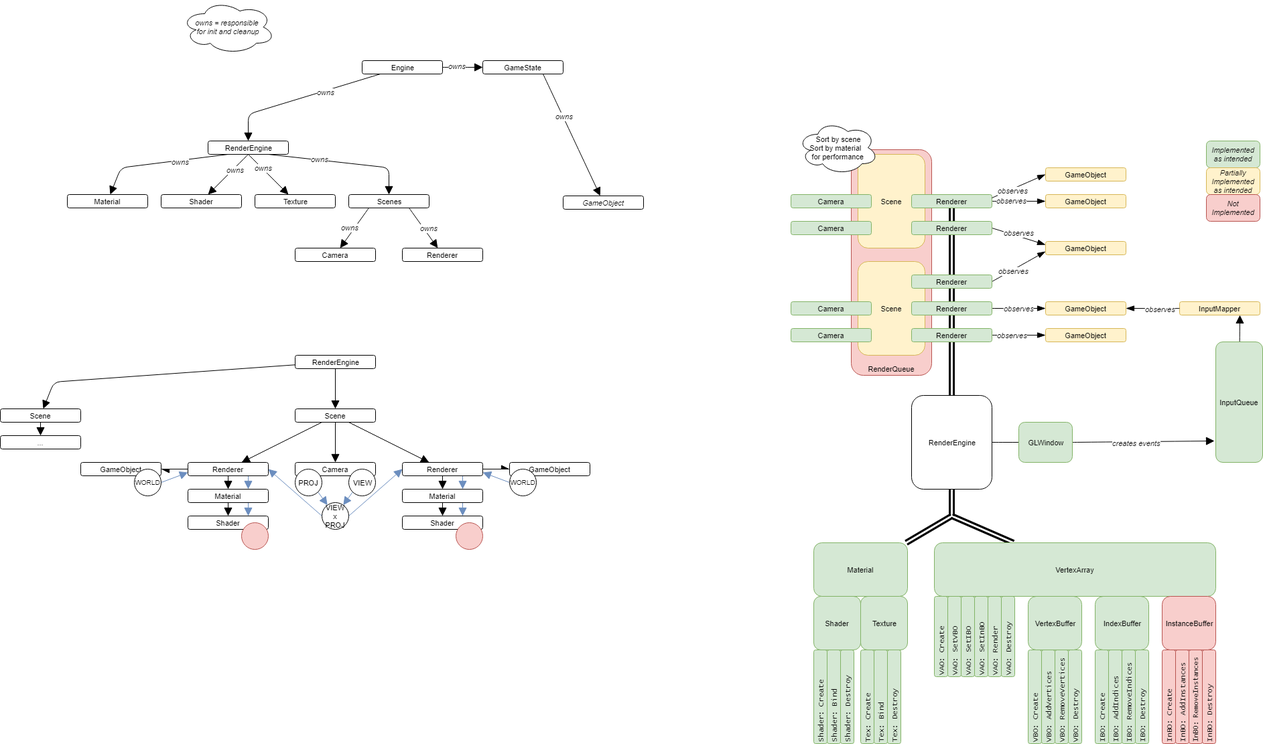
n4n0lix/kerosene keeps this draw.io diagram as Engine Architecture.png. Above is the earlier version. Source tidied: cells renumbered, new cells last; positions are measured from the earlier drawing's top-left corner, leaving out a move shared by most shapes.
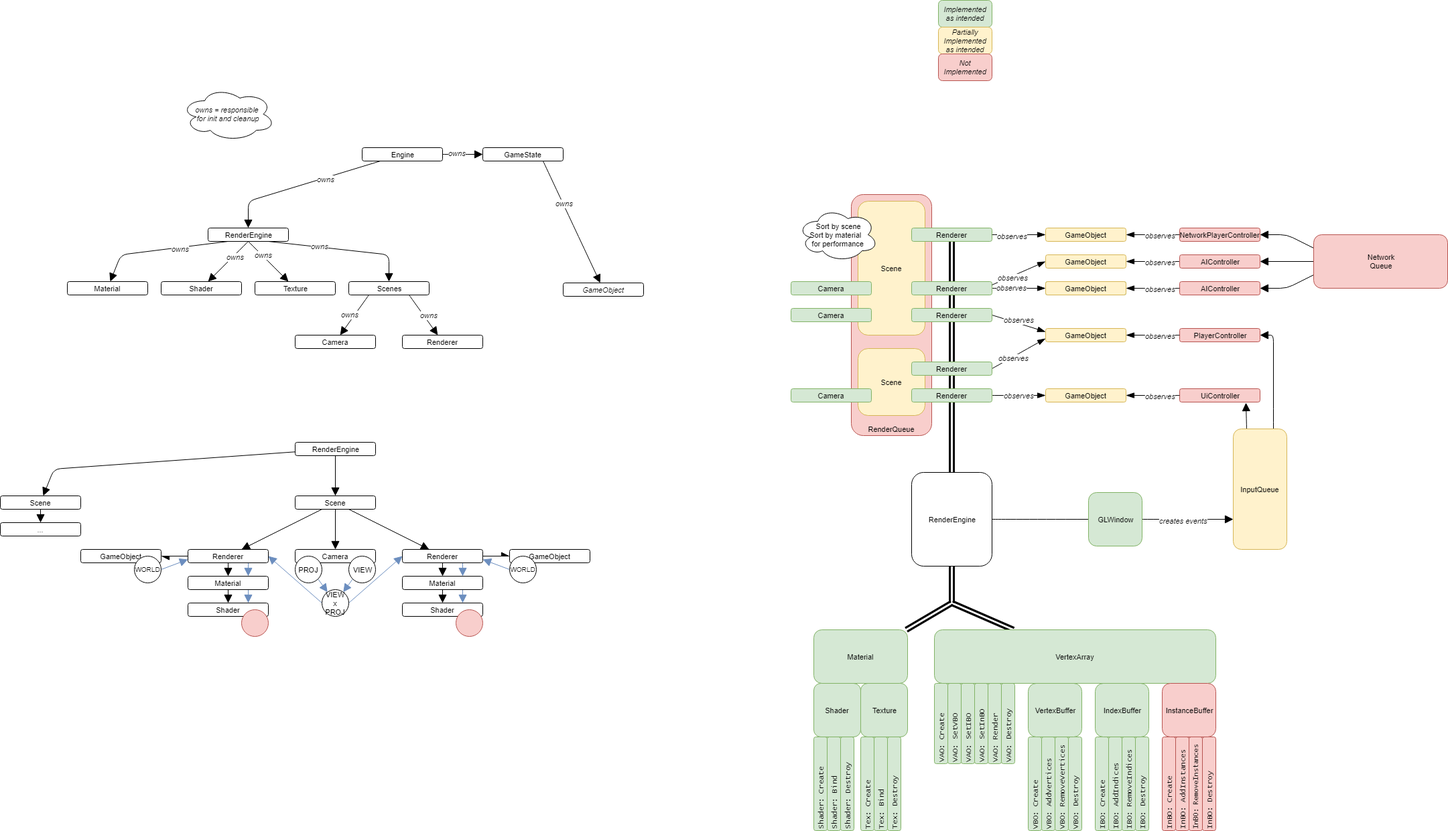
After the change.

What changed in the source:
```diff
@@ -5,3 +5,3 @@
     <mxCell id="2" value="RenderQueue" style="rounded=1;whiteSpace=wrap;html=1;strokeColor=#b85450;fillColor=#f8cecc;fontFamily=Helvetica;fontSize=11;fontColor=#000000;align=center;verticalAlign=bottom;" parent="1" vertex="1">
-      <mxGeometry x="1270" y="223" width="120" height="337" as="geometry" />
+      <mxGeometry x="1270" y="160" width="120" height="360" as="geometry" />
     </mxCell>
@@ -10,3 +10,3 @@
         <mxPoint x="1420" y="590" as="sourcePoint" />
-        <mxPoint x="1420" y="300" as="targetPoint" />
+        <mxPoint x="1420" y="220" as="targetPoint" />
       </mxGeometry>
@@ -14,3 +14,3 @@
     <mxCell id="4" value="Scene" style="rounded=1;whiteSpace=wrap;html=1;strokeColor=#d6b656;fillColor=#fff2cc;fontFamily=Helvetica;fontSize=11;fontColor=#000000;align=center;" parent="1" vertex="1">
-      <mxGeometry x="1280" y="390" width="100" height="140" as="geometry" />
+      <mxGeometry x="1280" y="390" width="100" height="100" as="geometry" />
     </mxCell>
@@ -114,16 +114,2 @@
     </mxCell>
-    <mxCell id="37" style="edgeStyle=none;curved=1;jumpSize=6;html=1;exitX=1;exitY=0.5;startArrow=none;startFill=0;startSize=10;endArrow=blockThin;endFill=1;endSize=10;jettySize=auto;strokeColor=#000000;strokeWidth=1;fontFamily=Helvetica;fontSize=11;fontColor=#000000;" parent="1" edge="1" source="39" target="40">
-      <mxGeometry relative="1" as="geometry" />
-    </mxCell>
-    <mxCell id="38" value="&lt;i&gt;observes&lt;/i&gt;" style="text;html=1;align=center;verticalAlign=middle;labelBackgroundColor=#ffffff;fontSize=11;fontFamily=Helvetica;fontColor=#000000;" parent="37" vertex="1">
-      <mxGeometry x="-0.45" y="2" relative="1" as="geometry">
-        <mxPoint x="8" y="2" as="offset" />
-      </mxGeometry>
-    </mxCell>
-    <mxCell id="39" value="Renderer" style="rounded=1;whiteSpace=wrap;html=1;strokeColor=#82b366;fillColor=#d5e8d4;fontFamily=Helvetica;fontSize=11;fontColor=#000000;align=center;" parent="1" vertex="1">
-      <mxGeometry x="1360" y="490" width="120" height="20" as="geometry" />
-    </mxCell>
-    <mxCell id="40" value="GameObject" style="rounded=1;whiteSpace=wrap;html=1;strokeColor=#d6b656;fillColor=#fff2cc;fontFamily=Helvetica;fontSize=11;fontColor=#000000;align=center;" parent="1" vertex="1">
-      <mxGeometry x="1560" y="490" width="120" height="20" as="geometry" />
-    </mxCell>
     <mxCell id="41" style="edgeStyle=none;curved=1;jumpSize=6;html=1;exitX=1;exitY=0.5;startArrow=none;startFill=0;startSize=10;endArrow=blockThin;endFill=1;endSize=10;jettySize=auto;strokeColor=#000000;strokeWidth=1;fontFamily=Helvetica;fontSize=11;fontColor=#000000;entryX=0;entryY=0.75;" parent="1" edge="1" source="43" target="54">
@@ -137,5 +123,2 @@
     </mxCell>
-    <mxCell id="44" value="Camera" style="rounded=1;whiteSpace=wrap;html=1;strokeColor=#82b366;fillColor=#d5e8d4;fontFamily=Helvetica;fontSize=11;fontColor=#000000;align=center;" parent="1" vertex="1">
-      <mxGeometry x="1180" y="490" width="120" height="20" as="geometry" />
-    </mxCell>
     <mxCell id="45" value="Camera" style="rounded=1;whiteSpace=wrap;html=1;strokeColor=#82b366;fillColor=#d5e8d4;fontFamily=Helvetica;fontSize=11;fontColor=#000000;align=center;" parent="1" vertex="1">
@@ -144,3 +127,3 @@
     <mxCell id="46" value="Scene" style="rounded=1;whiteSpace=wrap;html=1;strokeColor=#d6b656;fillColor=#fff2cc;fontFamily=Helvetica;fontSize=11;fontColor=#000000;align=center;" parent="1" vertex="1">
-      <mxGeometry x="1280" y="230" width="100" height="140" as="geometry" />
+      <mxGeometry x="1280" y="170" width="100" height="200" as="geometry" />
     </mxCell>
@@ -155,2 +138,5 @@
     </mxCell>
+    <mxCell id="153" value="Renderer" style="rounded=1;whiteSpace=wrap;html=1;strokeColor=#82b366;fillColor=#d5e8d4;fontFamily=Helvetica;fontSize=11;fontColor=#000000;align=center;" parent="1" vertex="1">
+      <mxGeometry x="1560" y="290" width="120" height="20" as="geometry" />
+    </mxCell>
     <mxCell id="50" value="GameObject" style="rounded=1;whiteSpace=wrap;html=1;strokeColor=#d6b656;fillColor=#fff2cc;fontFamily=Helvetica;fontSize=11;fontColor=#000000;align=center;" parent="1" vertex="1">
@@ -172,3 +158,3 @@
     </mxCell>
-    <mxCell id="55" style="edgeStyle=none;curved=1;jumpSize=6;html=1;exitX=1;exitY=0.25;startArrow=none;startFill=0;startSize=10;endArrow=blockThin;endFill=1;endSize=10;jettySize=auto;strokeColor=#000000;strokeWidth=1;fontFamily=Helvetica;fontSize=11;fontColor=#000000;entryX=0;entryY=0.5;" parent="1" edge="1" source="49" target="57">
+    <mxCell id="55" style="edgeStyle=none;curved=1;jumpSize=6;html=1;startArrow=none;startFill=0;startSize=10;endArrow=blockThin;endFill=1;endSize=10;jettySize=auto;strokeColor=#000000;strokeWidth=1;fontFamily=Helvetica;fontSize=11;fontColor=#000000;entryX=0;entryY=0.5;exitX=1;exitY=0.25;" parent="1" edge="1" source="49" target="57">
       <mxGeometry relative="1" as="geometry" />
@@ -190,6 +176,3 @@
     </mxCell>
-    <mxCell id="61" value="RenderEngine" style="rounded=1;whiteSpace=wrap;html=1;strokeColor=#000000;fillColor=#ffffff;fontFamily=Helvetica;fontSize=11;fontColor=#000000;align=center;" parent="1" vertex="1">
-      <mxGeometry x="1360" y="590" width="120" height="140" as="geometry" />
-    </mxCell>
-    <mxCell id="62" value="InputMapper" style="rounded=1;whiteSpace=wrap;html=1;strokeColor=#d6b656;fillColor=#fff2cc;fontFamily=Helvetica;fontSize=11;fontColor=#000000;align=center;" parent="1" vertex="1">
+    <mxCell id="62" value="UiController" style="rounded=1;whiteSpace=wrap;html=1;strokeColor=#b85450;fillColor=#f8cecc;fontFamily=Helvetica;fontSize=11;fontColor=#000000;align=center;" parent="1" vertex="1">
       <mxGeometry x="1760" y="450" width="120" height="20" as="geometry" />
@@ -202,14 +185,22 @@
     </mxCell>
-    <mxCell id="65" style="edgeStyle=none;curved=1;jumpSize=6;html=1;startArrow=none;startFill=0;startSize=10;endArrow=block;endFill=1;endSize=10;jettySize=auto;strokeColor=#000000;strokeWidth=1;fontFamily=Helvetica;fontSize=11;fontColor=#000000;entryX=0.75;entryY=1;" parent="1" edge="1" source="66" target="62">
+    <mxCell id="65" style="edgeStyle=none;curved=1;jumpSize=6;html=1;startArrow=none;startFill=0;startSize=10;endArrow=block;endFill=1;endSize=10;jettySize=auto;strokeColor=#000000;strokeWidth=1;fontFamily=Helvetica;fontSize=11;fontColor=#000000;entryX=0.825;entryY=1.05;entryPerimeter=0;exitX=0.25;exitY=0;" parent="1" edge="1" source="66" target="62">
       <mxGeometry relative="1" as="geometry" />
     </mxCell>
+    <mxCell id="154" style="edgeStyle=none;rounded=1;jumpSize=6;html=1;exitX=0.75;exitY=0;startArrow=none;startFill=0;endArrow=block;endFill=1;endSize=10;jettySize=auto;strokeColor=#000000;strokeWidth=1;fontFamily=Helvetica;fontSize=10;fontColor=#000000;entryX=1;entryY=0.5;" parent="1" edge="1" source="66" target="162">
+      <mxGeometry relative="1" as="geometry">
+        <Array as="points">
+          <mxPoint x="1900" y="490" />
+          <mxPoint x="1900" y="370" />
+        </Array>
+      </mxGeometry>
+    </mxCell>
-    <mxCell id="66" value="InputQueue" style="rounded=1;whiteSpace=wrap;html=1;strokeColor=#82b366;fillColor=#d5e8d4;fontFamily=Helvetica;fontSize=11;fontColor=#000000;align=center;" parent="1" vertex="1">
-      <mxGeometry x="1814" y="510" width="70" height="180" as="geometry" />
+    <mxCell id="66" value="InputQueue" style="rounded=1;whiteSpace=wrap;html=1;strokeColor=#d6b656;fillColor=#fff2cc;fontFamily=Helvetica;fontSize=11;fontColor=#000000;align=center;" parent="1" vertex="1">
+      <mxGeometry x="1840" y="510" width="80" height="180" as="geometry" />
     </mxCell>
-    <mxCell id="67" style="edgeStyle=none;curved=1;jumpSize=6;html=1;startArrow=none;startFill=0;endArrow=none;endFill=0;jettySize=auto;strokeColor=#000000;strokeWidth=3;fontFamily=Helvetica;fontSize=11;fontColor=#000000;shape=link;" parent="1" edge="1" target="61">
+    <mxCell id="67" style="edgeStyle=none;curved=1;jumpSize=6;html=1;startArrow=none;startFill=0;endArrow=none;endFill=0;jettySize=auto;strokeColor=#000000;strokeWidth=3;fontFamily=Helvetica;fontSize=11;fontColor=#000000;shape=link;" parent="1" edge="1" source="61">
       <mxGeometry relative="1" as="geometry">
-        <mxPoint x="1420" y="770" as="sourcePoint" />
+        <mxPoint x="1420" y="590" as="targetPoint" />
       </mxGeometry>
     </mxCell>
-    <mxCell id="68" style="edgeStyle=none;curved=1;jumpSize=6;html=1;exitX=1;exitY=0.5;entryX=-0.029;entryY=0.822;startArrow=none;startFill=0;endArrow=block;endFill=1;jettySize=auto;strokeColor=#000000;strokeWidth=1;fontFamily=Helvetica;fontSize=11;fontColor=#000000;endSize=10;entryPerimeter=0;" parent="1" edge="1" source="70" target="66">
+    <mxCell id="68" style="edgeStyle=none;curved=1;jumpSize=6;html=1;exitX=1;exitY=0.5;entryX=0;entryY=0.75;startArrow=none;startFill=0;endArrow=block;endFill=1;jettySize=auto;strokeColor=#000000;strokeWidth=1;fontFamily=Helvetica;fontSize=11;fontColor=#000000;endSize=10;" parent="1" edge="1" source="70" target="66">
       <mxGeometry relative="1" as="geometry" />
@@ -220,3 +211,3 @@
     <mxCell id="70" value="GLWindow" style="rounded=1;whiteSpace=wrap;html=1;strokeColor=#82b366;fillColor=#d5e8d4;fontFamily=Helvetica;fontSize=11;fontColor=#000000;align=center;" parent="1" vertex="1">
-      <mxGeometry x="1520" y="630" width="80" height="60" as="geometry" />
+      <mxGeometry x="1624" y="605" width="80" height="80" as="geometry" />
     </mxCell>
@@ -251,9 +242,9 @@
     <mxCell id="79" value="Implemented as intended" style="rounded=1;whiteSpace=wrap;html=1;strokeColor=#82b366;fillColor=#d5e8d4;fontFamily=Helvetica;fontSize=11;fontColor=#000000;align=center;fontStyle=2;" parent="1" vertex="1">
-      <mxGeometry x="1800" y="210" width="80" height="40" as="geometry" />
+      <mxGeometry x="1400" y="-130" width="80" height="40" as="geometry" />
     </mxCell>
     <mxCell id="80" value="Partially Implemented&lt;div&gt;as intended&lt;/div&gt;" style="rounded=1;whiteSpace=wrap;html=1;strokeColor=#d6b656;fillColor=#fff2cc;fontFamily=Helvetica;fontSize=11;fontColor=#000000;align=center;fontStyle=2;" parent="1" vertex="1">
-      <mxGeometry x="1800" y="250" width="80" height="40" as="geometry" />
+      <mxGeometry x="1400" y="-90" width="80" height="40" as="geometry" />
     </mxCell>
     <mxCell id="81" value="Not Implemented" style="rounded=1;whiteSpace=wrap;html=1;strokeColor=#b85450;fillColor=#f8cecc;fontFamily=Helvetica;fontSize=11;fontColor=#000000;align=center;fontStyle=2;" parent="1" vertex="1">
-      <mxGeometry x="1800" y="290" width="80" height="40" as="geometry" />
+      <mxGeometry x="1400" y="-50" width="80" height="40" as="geometry" />
     </mxCell>
@@ -496,2 +487,84 @@
     </mxCell>
+    <mxCell id="155" value="AIController" style="rounded=1;whiteSpace=wrap;html=1;strokeColor=#b85450;fillColor=#f8cecc;fontFamily=Helvetica;fontSize=11;fontColor=#000000;align=center;" parent="1" vertex="1">
+      <mxGeometry x="1760" y="290" width="120" height="20" as="geometry" />
+    </mxCell>
+    <mxCell id="156" value="NetworkPlayerController" style="rounded=1;whiteSpace=wrap;html=1;strokeColor=#b85450;fillColor=#f8cecc;fontFamily=Helvetica;fontSize=11;fontColor=#000000;align=center;" parent="1" vertex="1">
+      <mxGeometry x="1760" y="210" width="120" height="20" as="geometry" />
+    </mxCell>
+    <mxCell id="157" style="edgeStyle=none;rounded=1;jumpSize=6;html=1;exitX=0;exitY=0.5;startArrow=none;startFill=0;endArrow=block;endFill=1;endSize=10;jettySize=auto;strokeColor=#000000;strokeWidth=1;fontFamily=Helvetica;fontSize=10;fontColor=#000000;" parent="1" edge="1" source="160" target="172">
+      <mxGeometry relative="1" as="geometry" />
+    </mxCell>
+    <mxCell id="158" style="edgeStyle=none;rounded=1;jumpSize=6;html=1;exitX=0;exitY=0.25;entryX=1;entryY=0.5;startArrow=none;startFill=0;endArrow=block;endFill=1;endSize=10;jettySize=auto;strokeColor=#000000;strokeWidth=1;fontFamily=Helvetica;fontSize=10;fontColor=#000000;" parent="1" edge="1" source="160" target="156">
+      <mxGeometry relative="1" as="geometry">
+        <Array as="points">
+          <mxPoint x="1920" y="220" />
+        </Array>
+      </mxGeometry>
+    </mxCell>
+    <mxCell id="159" style="edgeStyle=none;rounded=1;jumpSize=6;html=1;exitX=0;exitY=0.75;entryX=1;entryY=0.5;startArrow=none;startFill=0;endArrow=block;endFill=1;endSize=10;jettySize=auto;strokeColor=#000000;strokeWidth=1;fontFamily=Helvetica;fontSize=10;fontColor=#000000;" parent="1" edge="1" source="160" target="155">
+      <mxGeometry relative="1" as="geometry">
+        <Array as="points">
+          <mxPoint x="1920" y="300" />
+        </Array>
+      </mxGeometry>
+    </mxCell>
+    <mxCell id="160" value="Network&lt;div&gt;Queue&lt;/div&gt;" style="rounded=1;whiteSpace=wrap;html=1;strokeColor=#b85450;fillColor=#f8cecc;fontFamily=Helvetica;fontSize=11;fontColor=#000000;align=center;" parent="1" vertex="1">
+      <mxGeometry x="1960" y="220" width="200" height="80" as="geometry" />
+    </mxCell>
+    <mxCell id="161" value="Renderer" style="rounded=1;whiteSpace=wrap;html=1;strokeColor=#82b366;fillColor=#d5e8d4;fontFamily=Helvetica;fontSize=11;fontColor=#000000;align=center;" parent="1" vertex="1">
+      <mxGeometry x="1360" y="210" width="120" height="20" as="geometry" />
+    </mxCell>
+    <mxCell id="162" value="PlayerController" style="rounded=1;whiteSpace=wrap;html=1;strokeColor=#b85450;fillColor=#f8cecc;fontFamily=Helvetica;fontSize=11;fontColor=#000000;align=center;" parent="1" vertex="1">
+      <mxGeometry x="1760" y="360" width="120" height="20" as="geometry" />
+    </mxCell>
+    <mxCell id="163" style="edgeStyle=none;curved=1;jumpSize=6;html=1;startArrow=none;startFill=0;startSize=10;endArrow=blockThin;endFill=1;endSize=10;jettySize=auto;strokeColor=#000000;strokeWidth=1;fontFamily=Helvetica;fontSize=11;fontColor=#000000;" parent="1" edge="1" source="162" target="54">
+      <mxGeometry relative="1" as="geometry" />
+    </mxCell>
+    <mxCell id="164" value="&lt;i&gt;observes&lt;/i&gt;" style="text;html=1;align=center;verticalAlign=middle;labelBackgroundColor=#ffffff;fontSize=11;fontFamily=Helvetica;fontColor=#000000;" parent="163" vertex="1">
+      <mxGeometry x="-0.28" y="1" relative="1" as="geometry" />
+    </mxCell>
+    <mxCell id="165" style="edgeStyle=none;rounded=1;jumpSize=6;html=1;exitX=0.75;exitY=1;entryX=0.75;entryY=1;startArrow=none;startFill=0;endArrow=block;endFill=1;endSize=10;jettySize=auto;orthogonalLoop=1;strokeColor=#000000;strokeWidth=1;fontFamily=Helvetica;fontSize=10;fontColor=#000000;" parent="1" edge="1">
+      <mxGeometry relative="1" as="geometry">
+        <mxPoint x="1450" y="510" as="sourcePoint" />
+        <mxPoint x="1450" y="510" as="targetPoint" />
+      </mxGeometry>
+    </mxCell>
+    <mxCell id="40" value="GameObject" style="rounded=1;whiteSpace=wrap;html=1;strokeColor=#d6b656;fillColor=#fff2cc;fontFamily=Helvetica;fontSize=11;fontColor=#000000;align=center;" parent="1" vertex="1">
+      <mxGeometry x="1560" y="210" width="120" height="20" as="geometry" />
+    </mxCell>
+    <mxCell id="166" style="edgeStyle=none;curved=1;jumpSize=6;html=1;startArrow=none;startFill=0;startSize=10;endArrow=blockThin;endFill=1;endSize=10;jettySize=auto;strokeColor=#000000;strokeWidth=1;fontFamily=Helvetica;fontSize=11;fontColor=#000000;" parent="1" edge="1" source="161" target="40">
+      <mxGeometry relative="1" as="geometry" />
+    </mxCell>
+    <mxCell id="167" value="&lt;i&gt;observes&lt;/i&gt;" style="text;html=1;align=center;verticalAlign=middle;labelBackgroundColor=#ffffff;fontSize=11;fontFamily=Helvetica;fontColor=#000000;" parent="166" vertex="1">
+      <mxGeometry x="-0.25" y="-2" relative="1" as="geometry" />
+    </mxCell>
+    <mxCell id="168" style="edgeStyle=none;curved=1;jumpSize=6;html=1;startArrow=none;startFill=0;startSize=10;endArrow=blockThin;endFill=1;endSize=10;jettySize=auto;strokeColor=#000000;strokeWidth=1;fontFamily=Helvetica;fontSize=11;fontColor=#000000;entryX=1;entryY=0.5;" parent="1" edge="1" source="155" target="50">
+      <mxGeometry relative="1" as="geometry" />
+    </mxCell>
+    <mxCell id="169" value="&lt;i&gt;observes&lt;/i&gt;" style="text;html=1;align=center;verticalAlign=middle;labelBackgroundColor=#ffffff;fontSize=11;fontFamily=Helvetica;fontColor=#000000;" parent="168" vertex="1">
+      <mxGeometry x="-0.28" y="1" relative="1" as="geometry" />
+    </mxCell>
+    <mxCell id="170" style="edgeStyle=none;curved=1;jumpSize=6;html=1;startArrow=none;startFill=0;startSize=10;endArrow=blockThin;endFill=1;endSize=10;jettySize=auto;strokeColor=#000000;strokeWidth=1;fontFamily=Helvetica;fontSize=11;fontColor=#000000;entryX=1;entryY=0.5;exitX=0;exitY=0.5;" parent="1" edge="1" source="172" target="57">
+      <mxGeometry relative="1" as="geometry" />
+    </mxCell>
+    <mxCell id="171" value="&lt;i&gt;observes&lt;/i&gt;" style="text;html=1;align=center;verticalAlign=middle;labelBackgroundColor=#ffffff;fontSize=11;fontFamily=Helvetica;fontColor=#000000;" parent="170" vertex="1">
+      <mxGeometry x="-0.28" y="1" relative="1" as="geometry" />
+    </mxCell>
+    <mxCell id="172" value="AIController" style="rounded=1;whiteSpace=wrap;html=1;strokeColor=#b85450;fillColor=#f8cecc;fontFamily=Helvetica;fontSize=11;fontColor=#000000;align=center;" parent="1" vertex="1">
+      <mxGeometry x="1760" y="250" width="120" height="20" as="geometry" />
+    </mxCell>
+    <mxCell id="173" style="edgeStyle=none;curved=1;jumpSize=6;html=1;startArrow=none;startFill=0;startSize=10;endArrow=blockThin;endFill=1;endSize=10;jettySize=auto;strokeColor=#000000;strokeWidth=1;fontFamily=Helvetica;fontSize=11;fontColor=#000000;entryX=1;entryY=0.5;exitX=0;exitY=0.5;" parent="1" edge="1" source="156" target="40">
+      <mxGeometry relative="1" as="geometry" />
+    </mxCell>
+    <mxCell id="174" value="&lt;i&gt;observes&lt;/i&gt;" style="text;html=1;align=center;verticalAlign=middle;labelBackgroundColor=#ffffff;fontSize=11;fontFamily=Helvetica;fontColor=#000000;" parent="173" vertex="1">
+      <mxGeometry x="-0.28" y="1" relative="1" as="geometry" />
+    </mxCell>
+    <mxCell id="61" value="RenderEngine" style="rounded=1;whiteSpace=wrap;html=1;strokeColor=#000000;fillColor=#ffffff;fontFamily=Helvetica;fontSize=11;fontColor=#000000;align=center;" parent="1" vertex="1">
+      <mxGeometry x="1360" y="575" width="120" height="140" as="geometry" />
+    </mxCell>
+    <mxCell id="175" style="edgeStyle=none;curved=1;jumpSize=6;html=1;startArrow=none;startFill=0;endArrow=none;endFill=0;jettySize=auto;strokeColor=#000000;strokeWidth=3;fontFamily=Helvetica;fontSize=11;fontColor=#000000;shape=link;" parent="1" edge="1" target="61">
+      <mxGeometry relative="1" as="geometry">
+        <mxPoint x="1420" y="770" as="sourcePoint" />
+      </mxGeometry>
+    </mxCell>
   </root>
```
